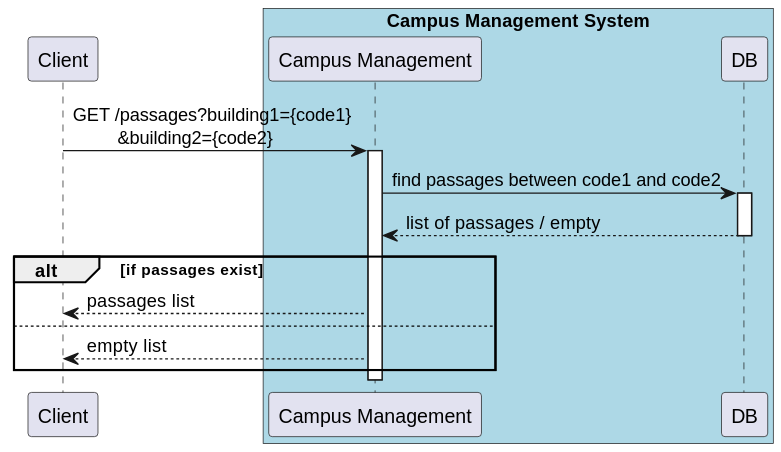
Earlier version of the PlantUML export docs/US/ID-260/SD Lv2.svg (winqus/RobDroneGo).
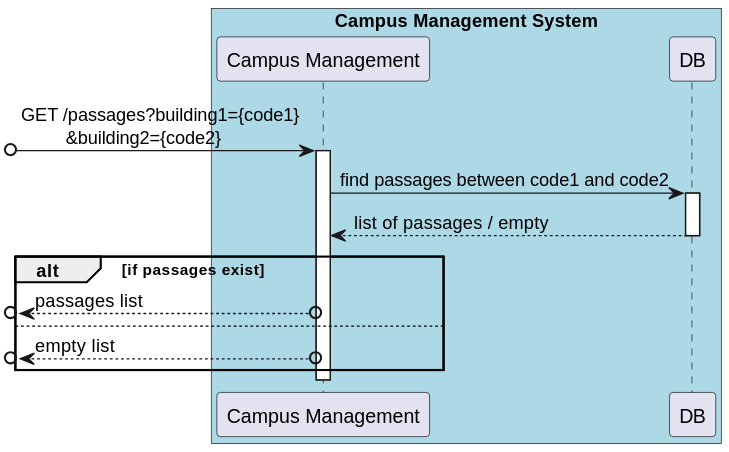
Above is the later version.

Commit message:
Update US160 to not mention client

Diff of the diagram source:
```diff
@@ -1,12 +1,11 @@
 @startuml SD Lv2
 
-participant "Client" as Client
 box "Campus Management System" #LightBlue
     participant "Campus Management" as Campus
     participant "DB" as DB
 end box
 
-Client -> Campus : GET /passages?building1={code1}\n\t&building2={code2}
+[o-> Campus : GET /passages?building1={code1}\n\t&building2={code2}
 activate Campus
 
 Campus -> DB : find passages between code1 and code2
@@ -15,9 +14,9 @@
 deactivate DB
 
 alt if passages exist
-    Client <-- Campus : passages list
+    [o<--o Campus : passages list
 else
-    Client <-- Campus : empty list
+    [o<--o Campus : empty list
 end
 
 deactivate Campus
```
